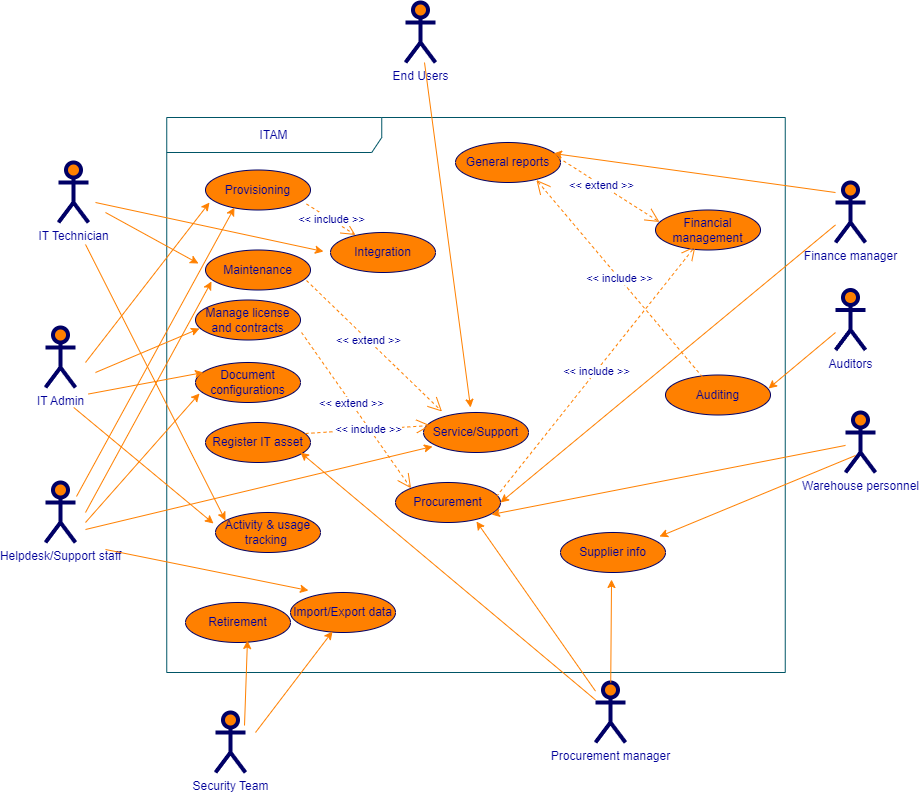
Earlier version of the draw.io export itam-uml/itam-use-case/diagrams/itam-full-use-case.png (kxh03/itam). Source tidied: cells renumbered, new cells last; positions are measured from the earlier drawing's top-left corner, leaving out a move shared by most shapes.
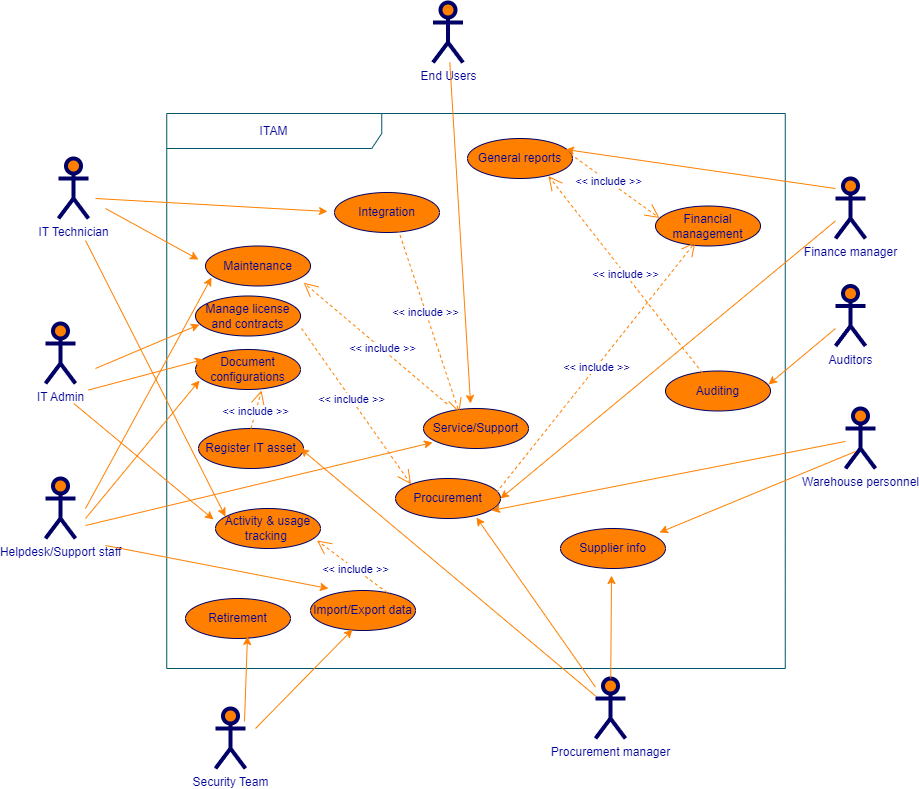
The same file after the commit.

Commit message:
Fix use case relationships

Change to the diagram source:
```diff
@@ -8,11 +8,8 @@
     <mxCell id="3" value="IT Technician" style="shape=umlActor;verticalLabelPosition=bottom;labelBackgroundColor=#ffffff;verticalAlign=top;html=1;strokeWidth=4;fillColor=#FF8000;strokeColor=#000066;fontColor=#000099;" parent="1" vertex="1">
       <mxGeometry x="13" y="160" width="30" height="60" as="geometry" />
     </mxCell>
-    <mxCell id="4" value="Provisioning" style="ellipse;whiteSpace=wrap;html=1;fillColor=#FF8000;strokeColor=#000066;fontColor=#000099;" parent="1" vertex="1">
-      <mxGeometry x="160" y="167.5" width="105" height="40" as="geometry" />
-    </mxCell>
     <mxCell id="5" value="End Users" style="shape=umlActor;verticalLabelPosition=bottom;labelBackgroundColor=#ffffff;verticalAlign=top;html=1;strokeWidth=4;fillColor=#FF8000;strokeColor=#000066;fontColor=#000099;" parent="1" vertex="1">
-      <mxGeometry x="360" width="30" height="60" as="geometry" />
+      <mxGeometry x="387.5" y="4" width="30" height="60" as="geometry" />
     </mxCell>
     <mxCell id="6" value="IT Admin" style="shape=umlActor;verticalLabelPosition=bottom;labelBackgroundColor=#ffffff;verticalAlign=top;html=1;strokeWidth=4;fillColor=#FF8000;strokeColor=#000066;fontColor=#000099;" parent="1" vertex="1">
       <mxGeometry y="325" width="30" height="60" as="geometry" />
@@ -39,13 +36,13 @@
       <mxGeometry x="160" y="247.5" width="105" height="40" as="geometry" />
     </mxCell>
     <mxCell id="14" value="General reports" style="ellipse;whiteSpace=wrap;html=1;fillColor=#FF8000;strokeColor=#000066;fontColor=#000099;" parent="1" vertex="1">
-      <mxGeometry x="410" y="140" width="105" height="40" as="geometry" />
+      <mxGeometry x="422" y="140" width="105" height="40" as="geometry" />
     </mxCell>
     <mxCell id="15" value="Service/Support" style="ellipse;whiteSpace=wrap;html=1;fillColor=#FF8000;strokeColor=#000066;fontColor=#000099;" parent="1" vertex="1">
       <mxGeometry x="378" y="410" width="105" height="40" as="geometry" />
     </mxCell>
     <mxCell id="16" value="Integration" style="ellipse;whiteSpace=wrap;html=1;fillColor=#FF8000;strokeColor=#000066;fontColor=#000099;" parent="1" vertex="1">
-      <mxGeometry x="285" y="230" width="105" height="40" as="geometry" />
+      <mxGeometry x="289" y="194" width="105" height="40" as="geometry" />
     </mxCell>
     <mxCell id="17" value="Manage license and contracts" style="ellipse;whiteSpace=wrap;html=1;fillColor=#FF8000;strokeColor=#000066;fontColor=#000099;" parent="1" vertex="1">
       <mxGeometry x="150" y="297.5" width="105" height="40" as="geometry" />
@@ -54,13 +51,13 @@
       <mxGeometry x="515" y="530" width="105" height="40" as="geometry" />
     </mxCell>
     <mxCell id="19" value="Register IT asset" style="ellipse;whiteSpace=wrap;html=1;fillColor=#FF8000;strokeColor=#000066;fontColor=#000099;" parent="1" vertex="1">
-      <mxGeometry x="160" y="420" width="105" height="40" as="geometry" />
+      <mxGeometry x="153" y="430" width="105" height="40" as="geometry" />
     </mxCell>
     <mxCell id="20" value="Auditing" style="ellipse;whiteSpace=wrap;html=1;fillColor=#FF8000;strokeColor=#000066;fontColor=#000099;" parent="1" vertex="1">
       <mxGeometry x="620" y="372.5" width="105" height="40" as="geometry" />
     </mxCell>
     <mxCell id="21" value="Import/Export data" style="ellipse;whiteSpace=wrap;html=1;fillColor=#FF8000;strokeColor=#000066;fontColor=#000099;" parent="1" vertex="1">
-      <mxGeometry x="245" y="590" width="105" height="40" as="geometry" />
+      <mxGeometry x="265" y="592" width="105" height="40" as="geometry" />
     </mxCell>
     <mxCell id="22" value="Activity &amp;amp; usage tracking&amp;nbsp;" style="ellipse;whiteSpace=wrap;html=1;fillColor=#FF8000;strokeColor=#000066;fontColor=#000099;" parent="1" vertex="1">
       <mxGeometry x="170" y="510" width="105" height="40" as="geometry" />
@@ -75,29 +72,23 @@
       <mxGeometry x="350" y="480" width="105" height="40" as="geometry" />
     </mxCell>
     <mxCell id="26" value="Document configurations" style="ellipse;whiteSpace=wrap;html=1;fillColor=#FF8000;strokeColor=#000066;fontColor=#000099;" parent="1" vertex="1">
-      <mxGeometry x="150" y="360" width="105" height="40" as="geometry" />
+      <mxGeometry x="150" y="351" width="105" height="40" as="geometry" />
     </mxCell>
     <mxCell id="27" style="html=1;entryX=0.981;entryY=0.338;jettySize=auto;fillColor=#f8cecc;strokeColor=#FF8000;curved=1;fontColor=#000099;entryDx=0;entryDy=0;entryPerimeter=0;" parent="1" edge="1" source="8" target="20">
       <mxGeometry relative="1" as="geometry" />
     </mxCell>
-    <mxCell id="28" value="&amp;lt;&amp;lt; extend &amp;gt;&amp;gt;" style="endArrow=open;endSize=12;dashed=1;html=1;entryX=0;entryY=0;exitX=1.01;exitY=0.813;fontColor=#000099;strokeColor=#FF8000;exitDx=0;exitDy=0;entryDx=0;entryDy=0;exitPerimeter=0;" parent="1" edge="1" source="17" target="25">
+    <mxCell id="28" value="&amp;lt;&amp;lt; include &amp;gt;&amp;gt;" style="endArrow=open;endSize=12;dashed=1;html=1;entryX=0;entryY=0;exitX=1.01;exitY=0.813;fontColor=#000099;strokeColor=#FF8000;exitDx=0;exitDy=0;entryDx=0;entryDy=0;exitPerimeter=0;" parent="1" edge="1" source="17" target="25">
       <mxGeometry x="-0.09" relative="1" as="geometry" />
     </mxCell>
-    <mxCell id="29" value="&amp;lt;&amp;lt; extend &amp;gt;&amp;gt;" style="endArrow=open;endSize=12;dashed=1;html=1;entryX=0.176;entryY=-0.025;exitX=0.962;exitY=0.763;fontColor=#000099;strokeColor=#FF8000;exitDx=0;exitDy=0;entryDx=0;entryDy=0;exitPerimeter=0;entryPerimeter=0;" parent="1" edge="1" source="13" target="15">
+    <mxCell id="29" value="&amp;lt;&amp;lt; include &amp;gt;&amp;gt;" style="endArrow=open;endSize=12;dashed=1;html=1;entryX=0.935;entryY=0.918;fontColor=#000099;strokeColor=#FF8000;entryDx=0;entryDy=0;entryPerimeter=0;exitX=0.224;exitY=-0.116;exitDx=0;exitDy=0;exitPerimeter=0;" parent="1" edge="1" source="15" target="13">
       <mxGeometry x="-0.09" relative="1" as="geometry" />
     </mxCell>
-    <mxCell id="30" value="&amp;lt;&amp;lt; include &amp;gt;&amp;gt;" style="endArrow=open;endSize=12;dashed=1;html=1;fontColor=#000099;strokeColor=#FF8000;exitX=0.962;exitY=0.85;exitDx=0;exitDy=0;entryX=0.238;entryY=0.063;entryDx=0;entryDy=0;entryPerimeter=0;exitPerimeter=0;" parent="1" edge="1" source="4" target="16">
-      <mxGeometry relative="1" as="geometry" />
-    </mxCell>
-    <mxCell id="31" value="&amp;lt;&amp;lt; extend &amp;gt;&amp;gt;" style="endArrow=open;endSize=12;dashed=1;html=1;entryX=0.038;entryY=0.3;exitX=0.933;exitY=0.3;fontColor=#000099;strokeColor=#FF8000;exitDx=0;exitDy=0;entryDx=0;entryDy=0;exitPerimeter=0;entryPerimeter=0;" parent="1" edge="1" source="14" target="24">
+    <mxCell id="31" value="&amp;lt;&amp;lt; include &amp;gt;&amp;gt;" style="endArrow=open;endSize=12;dashed=1;html=1;entryX=0.038;entryY=0.3;exitX=0.933;exitY=0.3;fontColor=#000099;strokeColor=#FF8000;exitDx=0;exitDy=0;entryDx=0;entryDy=0;exitPerimeter=0;entryPerimeter=0;" parent="1" edge="1" source="14" target="24">
       <mxGeometry x="-0.09" relative="1" as="geometry" />
     </mxCell>
     <mxCell id="32" value="&amp;lt;&amp;lt; include &amp;gt;&amp;gt;" style="endArrow=open;endSize=12;dashed=1;html=1;fontColor=#000099;strokeColor=#FF8000;exitX=0.962;exitY=0.35;exitDx=0;exitDy=0;entryX=0.381;entryY=0.9;entryDx=0;entryDy=0;entryPerimeter=0;exitPerimeter=0;" parent="1" edge="1" source="25" target="24">
       <mxGeometry relative="1" as="geometry" />
     </mxCell>
-    <mxCell id="33" value="&amp;lt;&amp;lt; include &amp;gt;&amp;gt;" style="endArrow=open;endSize=12;dashed=1;html=1;fontColor=#000099;strokeColor=#FF8000;exitX=0.952;exitY=0.275;exitDx=0;exitDy=0;entryX=0.067;entryY=0.325;entryDx=0;entryDy=0;entryPerimeter=0;exitPerimeter=0;" parent="1" edge="1" source="19" target="15">
-      <mxGeometry relative="1" as="geometry" />
-    </mxCell>
     <mxCell id="34" value="&amp;lt;&amp;lt; include &amp;gt;&amp;gt;" style="endArrow=open;endSize=12;dashed=1;html=1;fontColor=#000099;strokeColor=#FF8000;exitX=0.352;exitY=0.05;exitDx=0;exitDy=0;entryX=0.771;entryY=0.938;entryDx=0;entryDy=0;entryPerimeter=0;exitPerimeter=0;" parent="1" edge="1" source="20" target="14">
       <mxGeometry relative="1" as="geometry" />
     </mxCell>
@@ -130,14 +121,6 @@
         <mxPoint x="28.2" y="405" as="sourcePoint" />
       </mxGeometry>
     </mxCell>
-    <mxCell id="42" style="html=1;entryX=0.038;entryY=0.813;jettySize=auto;fillColor=#f8cecc;strokeColor=#FF8000;curved=1;fontColor=#000099;entryDx=0;entryDy=0;entryPerimeter=0;" parent="1" edge="1" target="4">
-      <mxGeometry relative="1" as="geometry">
-        <mxPoint x="40" y="360" as="sourcePoint" />
-      </mxGeometry>
-    </mxCell>
-    <mxCell id="43" style="html=1;entryX=0.276;entryY=0.938;jettySize=auto;fillColor=#f8cecc;strokeColor=#FF8000;curved=1;fontColor=#000099;entryDx=0;entryDy=0;entryPerimeter=0;exitX=1.033;exitY=0.233;exitDx=0;exitDy=0;exitPerimeter=0;" parent="1" edge="1" source="9" target="4">
-      <mxGeometry relative="1" as="geometry" />
-    </mxCell>
     <mxCell id="44" style="html=1;entryX=0.086;entryY=0.85;jettySize=auto;fillColor=#f8cecc;strokeColor=#FF8000;curved=1;fontColor=#000099;entryDx=0;entryDy=0;entryPerimeter=0;exitX=1.033;exitY=0.233;exitDx=0;exitDy=0;exitPerimeter=0;" parent="1" edge="1" target="15">
       <mxGeometry relative="1" as="geometry">
         <mxPoint x="40" y="527" as="sourcePoint" />
@@ -195,5 +178,14 @@
     <mxCell id="56" style="html=1;jettySize=auto;fillColor=#f8cecc;strokeColor=#FF8000;curved=1;fontColor=#000099;exitX=0;exitY=0.167;exitDx=0;exitDy=0;exitPerimeter=0;entryX=0.933;entryY=0.275;entryDx=0;entryDy=0;entryPerimeter=0;" parent="1" edge="1" source="12" target="14">
       <mxGeometry relative="1" as="geometry" />
     </mxCell>
+    <mxCell id="57" value="&amp;lt;&amp;lt; include &amp;gt;&amp;gt;" style="endArrow=open;endSize=12;dashed=1;html=1;entryX=0.629;entryY=1.025;fontColor=#000099;strokeColor=#FF8000;entryDx=0;entryDy=0;entryPerimeter=0;exitX=0.5;exitY=0;exitDx=0;exitDy=0;" parent="1" edge="1" source="19" target="26">
+      <mxGeometry x="-0.09" relative="1" as="geometry" />
+    </mxCell>
+    <mxCell id="58" value="&amp;lt;&amp;lt; include &amp;gt;&amp;gt;" style="endArrow=open;endSize=12;dashed=1;html=1;entryX=0.967;entryY=0.8;fontColor=#000099;strokeColor=#FF8000;entryDx=0;entryDy=0;entryPerimeter=0;exitX=0.729;exitY=0.05;exitDx=0;exitDy=0;exitPerimeter=0;" parent="1" edge="1" source="21" target="22">
+      <mxGeometry x="-0.09" relative="1" as="geometry" />
+    </mxCell>
+    <mxCell id="59" value="&amp;lt;&amp;lt; include &amp;gt;&amp;gt;" style="endArrow=open;endSize=12;dashed=1;html=1;entryX=0.341;entryY=0.106;exitX=0.606;exitY=0.923;fontColor=#000099;strokeColor=#FF8000;exitDx=0;exitDy=0;entryDx=0;entryDy=0;exitPerimeter=0;entryPerimeter=0;" parent="1" edge="1" source="16" target="15">
+      <mxGeometry x="-0.09" relative="1" as="geometry" />
+    </mxCell>
   </root>
 </mxGraphModel>
```
